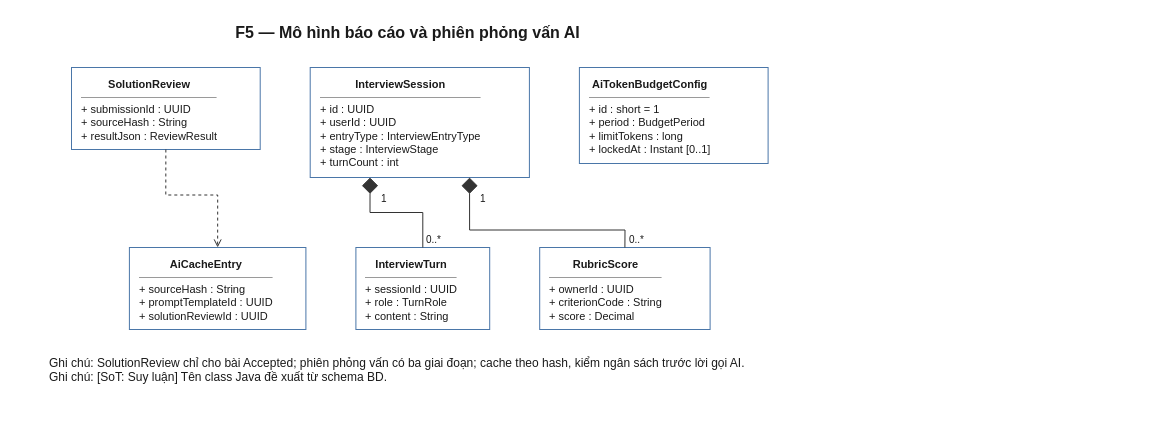
Earlier version of the draw.io diagram 08-diagram/class/shared/class_shared_ai.drawio (daiphu1801/PRJ_ALGOPREP). Source tidied: cells renumbered, new cells numbered last; positions are measured from the earlier drawing's top-left corner, leaving out a move shared by most shapes. Both pictures are drawn from the tidied source at 100%, with x=0, y=0 at pixel (17, 17).
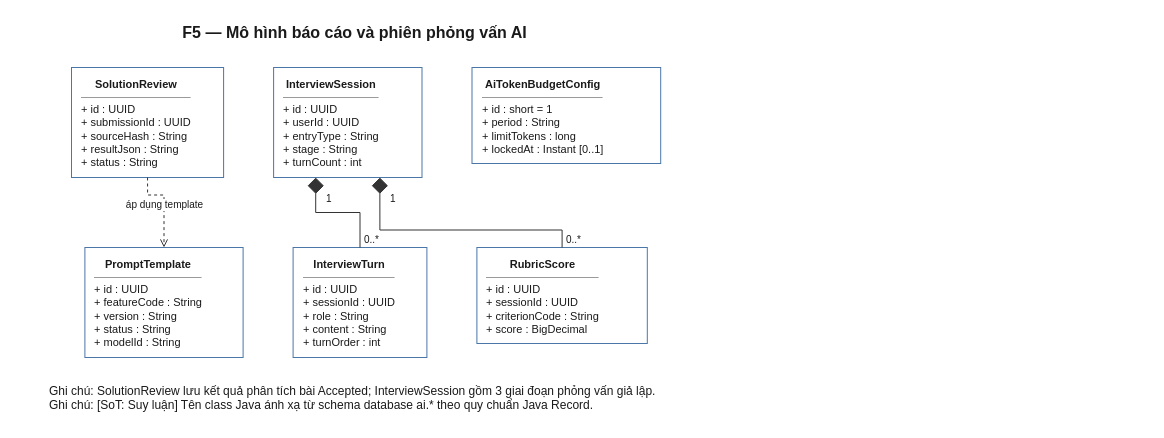
Above is the later version.

What changed in the source:
```diff
@@
-    <mxCell id="2" value="&lt;div style=&quot;text-align:center&quot;&gt;&lt;b&gt;SolutionReview&lt;/b&gt;&lt;/div&gt;&lt;hr size=&quot;1&quot;/&gt;+&amp;nbsp;submissionId&amp;nbsp;:&amp;nbsp;UUID&lt;br&gt;+&amp;nbsp;sourceHash&amp;nbsp;:&amp;nbsp;String&lt;br&gt;+&amp;nbsp;resultJson&amp;nbsp;:&amp;nbsp;ReviewResult" style="algoprep=class;rounded=0;whiteSpace=nowrap;html=1;align=left;verticalAlign=top;spacingLeft=8;spacingTop=4;spacingRight=8;fontSize=11;fontFamily=Helvetica;fillColor=#FFFFFF;strokeColor=#4A76A8;fontColor=#1A1A1A;" parent="1" vertex="1">
-      <mxGeometry x="54" y="50" width="188.7" height="82" as="geometry" />
+    <mxCell id="2" value="&lt;div style=&quot;text-align:center&quot;&gt;&lt;b&gt;SolutionReview&lt;/b&gt;&lt;/div&gt;&lt;hr size=&quot;1&quot;/&gt;+&amp;nbsp;id&amp;nbsp;:&amp;nbsp;UUID&lt;br&gt;+&amp;nbsp;submissionId&amp;nbsp;:&amp;nbsp;UUID&lt;br&gt;+&amp;nbsp;sourceHash&amp;nbsp;:&amp;nbsp;String&lt;br&gt;+&amp;nbsp;resultJson&amp;nbsp;:&amp;nbsp;String&lt;br&gt;+&amp;nbsp;status&amp;nbsp;:&amp;nbsp;String" style="algoprep=class;rounded=0;whiteSpace=nowrap;html=1;align=left;verticalAlign=top;spacingLeft=8;spacingTop=4;spacingRight=8;fontSize=11;fontFamily=Helvetica;fillColor=#FFFFFF;strokeColor=#4A76A8;fontColor=#1A1A1A;" parent="1" vertex="1">
+      <mxGeometry x="54" y="50" width="152.1" height="110" as="geometry" />
     </mxCell>
-    <mxCell id="3" value="&lt;div style=&quot;text-align:center&quot;&gt;&lt;b&gt;InterviewSession&lt;/b&gt;&lt;/div&gt;&lt;hr size=&quot;1&quot;/&gt;+&amp;nbsp;id&amp;nbsp;:&amp;nbsp;UUID&lt;br&gt;+&amp;nbsp;userId&amp;nbsp;:&amp;nbsp;UUID&lt;br&gt;+&amp;nbsp;entryType&amp;nbsp;:&amp;nbsp;InterviewEntryType&lt;br&gt;+&amp;nbsp;stage&amp;nbsp;:&amp;nbsp;InterviewStage&lt;br&gt;+&amp;nbsp;turnCount&amp;nbsp;:&amp;nbsp;int" style="algoprep=class;rounded=0;whiteSpace=nowrap;html=1;align=left;verticalAlign=top;spacingLeft=8;spacingTop=4;spacingRight=8;fontSize=11;fontFamily=Helvetica;fillColor=#FFFFFF;strokeColor=#4A76A8;fontColor=#1A1A1A;" parent="1" vertex="1">
-      <mxGeometry x="292.7" y="50" width="219.2" height="110" as="geometry" />
+    <mxCell id="3" value="&lt;div style=&quot;text-align:center&quot;&gt;&lt;b&gt;InterviewSession&lt;/b&gt;&lt;/div&gt;&lt;hr size=&quot;1&quot;/&gt;+&amp;nbsp;id&amp;nbsp;:&amp;nbsp;UUID&lt;br&gt;+&amp;nbsp;userId&amp;nbsp;:&amp;nbsp;UUID&lt;br&gt;+&amp;nbsp;entryType&amp;nbsp;:&amp;nbsp;String&lt;br&gt;+&amp;nbsp;stage&amp;nbsp;:&amp;nbsp;String&lt;br&gt;+&amp;nbsp;turnCount&amp;nbsp;:&amp;nbsp;int" style="algoprep=class;rounded=0;whiteSpace=nowrap;html=1;align=left;verticalAlign=top;spacingLeft=8;spacingTop=4;spacingRight=8;fontSize=11;fontFamily=Helvetica;fillColor=#FFFFFF;strokeColor=#4A76A8;fontColor=#1A1A1A;" parent="1" vertex="1">
+      <mxGeometry x="256.1" y="50" width="148.4" height="110" as="geometry" />
     </mxCell>
-    <mxCell id="4" value="&lt;div style=&quot;text-align:center&quot;&gt;&lt;b&gt;InterviewTurn&lt;/b&gt;&lt;/div&gt;&lt;hr size=&quot;1&quot;/&gt;+&amp;nbsp;sessionId&amp;nbsp;:&amp;nbsp;UUID&lt;br&gt;+&amp;nbsp;role&amp;nbsp;:&amp;nbsp;TurnRole&lt;br&gt;+&amp;nbsp;content&amp;nbsp;:&amp;nbsp;String" style="algoprep=class;rounded=0;whiteSpace=nowrap;html=1;align=left;verticalAlign=top;spacingLeft=8;spacingTop=4;spacingRight=8;fontSize=11;fontFamily=Helvetica;fillColor=#FFFFFF;strokeColor=#4A76A8;fontColor=#1A1A1A;" parent="1" vertex="1">
-      <mxGeometry x="338.4" y="230" width="133.8" height="82" as="geometry" />
+    <mxCell id="4" value="&lt;div style=&quot;text-align:center&quot;&gt;&lt;b&gt;InterviewTurn&lt;/b&gt;&lt;/div&gt;&lt;hr size=&quot;1&quot;/&gt;+&amp;nbsp;id&amp;nbsp;:&amp;nbsp;UUID&lt;br&gt;+&amp;nbsp;sessionId&amp;nbsp;:&amp;nbsp;UUID&lt;br&gt;+&amp;nbsp;role&amp;nbsp;:&amp;nbsp;String&lt;br&gt;+&amp;nbsp;content&amp;nbsp;:&amp;nbsp;String&lt;br&gt;+&amp;nbsp;turnOrder&amp;nbsp;:&amp;nbsp;int" style="algoprep=class;rounded=0;whiteSpace=nowrap;html=1;align=left;verticalAlign=top;spacingLeft=8;spacingTop=4;spacingRight=8;fontSize=11;fontFamily=Helvetica;fillColor=#FFFFFF;strokeColor=#4A76A8;fontColor=#1A1A1A;" parent="1" vertex="1">
+      <mxGeometry x="275.6" y="230" width="133.8" height="110" as="geometry" />
     </mxCell>
-    <mxCell id="5" value="&lt;div style=&quot;text-align:center&quot;&gt;&lt;b&gt;RubricScore&lt;/b&gt;&lt;/div&gt;&lt;hr size=&quot;1&quot;/&gt;+&amp;nbsp;ownerId&amp;nbsp;:&amp;nbsp;UUID&lt;br&gt;+&amp;nbsp;criterionCode&amp;nbsp;:&amp;nbsp;String&lt;br&gt;+&amp;nbsp;score&amp;nbsp;:&amp;nbsp;Decimal" style="algoprep=class;rounded=0;whiteSpace=nowrap;html=1;align=left;verticalAlign=top;spacingLeft=8;spacingTop=4;spacingRight=8;fontSize=11;fontFamily=Helvetica;fillColor=#FFFFFF;strokeColor=#4A76A8;fontColor=#1A1A1A;" parent="1" vertex="1">
-      <mxGeometry x="522.2" y="230" width="170.4" height="82" as="geometry" />
+    <mxCell id="5" value="&lt;div style=&quot;text-align:center&quot;&gt;&lt;b&gt;RubricScore&lt;/b&gt;&lt;/div&gt;&lt;hr size=&quot;1&quot;/&gt;+&amp;nbsp;id&amp;nbsp;:&amp;nbsp;UUID&lt;br&gt;+&amp;nbsp;sessionId&amp;nbsp;:&amp;nbsp;UUID&lt;br&gt;+&amp;nbsp;criterionCode&amp;nbsp;:&amp;nbsp;String&lt;br&gt;+&amp;nbsp;score&amp;nbsp;:&amp;nbsp;BigDecimal" style="algoprep=class;rounded=0;whiteSpace=nowrap;html=1;align=left;verticalAlign=top;spacingLeft=8;spacingTop=4;spacingRight=8;fontSize=11;fontFamily=Helvetica;fillColor=#FFFFFF;strokeColor=#4A76A8;fontColor=#1A1A1A;" parent="1" vertex="1">
+      <mxGeometry x="459.4" y="230" width="170.4" height="96" as="geometry" />
     </mxCell>
-    <mxCell id="6" value="&lt;div style=&quot;text-align:center&quot;&gt;&lt;b&gt;AiCacheEntry&lt;/b&gt;&lt;/div&gt;&lt;hr size=&quot;1&quot;/&gt;+&amp;nbsp;sourceHash&amp;nbsp;:&amp;nbsp;String&lt;br&gt;+&amp;nbsp;promptTemplateId&amp;nbsp;:&amp;nbsp;UUID&lt;br&gt;+&amp;nbsp;solutionReviewId&amp;nbsp;:&amp;nbsp;UUID" style="algoprep=class;rounded=0;whiteSpace=nowrap;html=1;align=left;verticalAlign=top;spacingLeft=8;spacingTop=4;spacingRight=8;fontSize=11;fontFamily=Helvetica;fillColor=#FFFFFF;strokeColor=#4A76A8;fontColor=#1A1A1A;" parent="1" vertex="1">
-      <mxGeometry x="111.9" y="230" width="176.5" height="82" as="geometry" />
-    </mxCell>
+    <mxCell id="17" value="&lt;div style=&quot;text-align:center&quot;&gt;&lt;b&gt;PromptTemplate&lt;/b&gt;&lt;/div&gt;&lt;hr size=&quot;1&quot;/&gt;+&amp;nbsp;id&amp;nbsp;:&amp;nbsp;UUID&lt;br&gt;+&amp;nbsp;featureCode&amp;nbsp;:&amp;nbsp;String&lt;br&gt;+&amp;nbsp;version&amp;nbsp;:&amp;nbsp;String&lt;br&gt;+&amp;nbsp;status&amp;nbsp;:&amp;nbsp;String&lt;br&gt;+&amp;nbsp;modelId&amp;nbsp;:&amp;nbsp;String" style="algoprep=class;rounded=0;whiteSpace=nowrap;html=1;align=left;verticalAlign=top;spacingLeft=8;spacingTop=4;spacingRight=8;fontSize=11;fontFamily=Helvetica;fillColor=#FFFFFF;strokeColor=#4A76A8;fontColor=#1A1A1A;" parent="1" vertex="1">
+      <mxGeometry x="67.4" y="230" width="158.2" height="110" as="geometry" />
+    </mxCell>
-    <mxCell id="7" value="&lt;div style=&quot;text-align:center&quot;&gt;&lt;b&gt;AiTokenBudgetConfig&lt;/b&gt;&lt;/div&gt;&lt;hr size=&quot;1&quot;/&gt;+&amp;nbsp;id&amp;nbsp;:&amp;nbsp;short&amp;nbsp;=&amp;nbsp;1&lt;br&gt;+&amp;nbsp;period&amp;nbsp;:&amp;nbsp;BudgetPeriod&lt;br&gt;+&amp;nbsp;limitTokens&amp;nbsp;:&amp;nbsp;long&lt;br&gt;+&amp;nbsp;lockedAt&amp;nbsp;:&amp;nbsp;Instant&amp;nbsp;[0..1]" style="algoprep=class;rounded=0;whiteSpace=nowrap;html=1;align=left;verticalAlign=top;spacingLeft=8;spacingTop=4;spacingRight=8;fontSize=11;fontFamily=Helvetica;fillColor=#FFFFFF;strokeColor=#4A76A8;fontColor=#1A1A1A;" parent="1" vertex="1">
-      <mxGeometry x="561.9" y="50" width="188.7" height="96" as="geometry" />
+    <mxCell id="7" value="&lt;div style=&quot;text-align:center&quot;&gt;&lt;b&gt;AiTokenBudgetConfig&lt;/b&gt;&lt;/div&gt;&lt;hr size=&quot;1&quot;/&gt;+&amp;nbsp;id&amp;nbsp;:&amp;nbsp;short&amp;nbsp;=&amp;nbsp;1&lt;br&gt;+&amp;nbsp;period&amp;nbsp;:&amp;nbsp;String&lt;br&gt;+&amp;nbsp;limitTokens&amp;nbsp;:&amp;nbsp;long&lt;br&gt;+&amp;nbsp;lockedAt&amp;nbsp;:&amp;nbsp;Instant&amp;nbsp;[0..1]" style="algoprep=class;rounded=0;whiteSpace=nowrap;html=1;align=left;verticalAlign=top;spacingLeft=8;spacingTop=4;spacingRight=8;fontSize=11;fontFamily=Helvetica;fillColor=#FFFFFF;strokeColor=#4A76A8;fontColor=#1A1A1A;" parent="1" vertex="1">
+      <mxGeometry x="454.5" y="50" width="188.7" height="96" as="geometry" />
     </mxCell>
-    <mxCell id="8" style="html=1;rounded=0;jettySize=auto;fontSize=10;strokeColor=#333333;fontColor=#1A1A1A;labelBackgroundColor=#FFFFFF;exitX=0.273;exitY=1;exitDx=0;exitDy=0;exitPerimeter=0;entryX=0.500;entryY=0;entryDx=0;entryDy=0;entryPerimeter=0;startArrow=diamond;startSize=14;startFill=1;endArrow=none;" parent="1" edge="1" source="3" target="4">
+    <mxCell id="8" style="html=1;rounded=0;jettySize=auto;fontSize=10;strokeColor=#333333;fontColor=#1A1A1A;labelBackgroundColor=#FFFFFF;exitX=0.284;exitY=1;exitDx=0;exitDy=0;exitPerimeter=0;entryX=0.500;entryY=0;entryDx=0;entryDy=0;entryPerimeter=0;startArrow=diamond;startSize=14;startFill=1;endArrow=none;" parent="1" edge="1" source="3" target="4">
       <mxGeometry relative="1" as="geometry">
         <Array as="points">
-          <mxPoint x="352.5" y="195" />
-          <mxPoint x="405.3" y="195" />
+          <mxPoint x="298.2" y="195" />
+          <mxPoint x="342.5" y="195" />
         </Array>
       </mxGeometry>
     </mxCell>
     <mxCell id="9" value="1" style="text;html=1;fontSize=10;fontColor=#1A1A1A;align=left;verticalAlign=middle;spacing=0;" parent="1" vertex="1">
-      <mxGeometry x="363.5" y="174" width="24" height="14" as="geometry" />
+      <mxGeometry x="309.3" y="174" width="24" height="14" as="geometry" />
     </mxCell>
     <mxCell id="10" value="0..*" style="text;html=1;fontSize=10;fontColor=#1A1A1A;align=left;verticalAlign=middle;spacing=0;" parent="1" vertex="1">
-      <mxGeometry x="409.3" y="215" width="24" height="14" as="geometry" />
+      <mxGeometry x="346.5" y="215" width="24" height="14" as="geometry" />
     </mxCell>
-    <mxCell id="11" style="html=1;rounded=0;jettySize=auto;fontSize=10;strokeColor=#333333;fontColor=#1A1A1A;labelBackgroundColor=#FFFFFF;exitX=0.727;exitY=1;exitDx=0;exitDy=0;exitPerimeter=0;entryX=0.500;entryY=0;entryDx=0;entryDy=0;entryPerimeter=0;startArrow=diamond;startSize=14;startFill=1;endArrow=none;" parent="1" edge="1" source="3" target="5">
+    <mxCell id="11" style="html=1;rounded=0;jettySize=auto;fontSize=10;strokeColor=#333333;fontColor=#1A1A1A;labelBackgroundColor=#FFFFFF;exitX=0.716;exitY=1;exitDx=0;exitDy=0;exitPerimeter=0;entryX=0.500;entryY=0;entryDx=0;entryDy=0;entryPerimeter=0;startArrow=diamond;startSize=14;startFill=1;endArrow=none;" parent="1" edge="1" source="3" target="5">
       <mxGeometry relative="1" as="geometry">
         <Array as="points">
-          <mxPoint x="452.1" y="212.5" />
-          <mxPoint x="607.5" y="212.5" />
+          <mxPoint x="362.4" y="212.5" />
+          <mxPoint x="544.6" y="212.5" />
         </Array>
       </mxGeometry>
     </mxCell>
     <mxCell id="12" value="1" style="text;html=1;fontSize=10;fontColor=#1A1A1A;align=left;verticalAlign=middle;spacing=0;" parent="1" vertex="1">
-      <mxGeometry x="463.1" y="174" width="24" height="14" as="geometry" />
+      <mxGeometry x="373.4" y="174" width="24" height="14" as="geometry" />
     </mxCell>
     <mxCell id="13" value="0..*" style="text;html=1;fontSize=10;fontColor=#1A1A1A;align=left;verticalAlign=middle;spacing=0;" parent="1" vertex="1">
-      <mxGeometry x="611.5" y="215" width="24" height="14" as="geometry" />
+      <mxGeometry x="548.6" y="215" width="24" height="14" as="geometry" />
     </mxCell>
-    <mxCell id="14" style="html=1;rounded=0;jettySize=auto;fontSize=10;strokeColor=#333333;fontColor=#1A1A1A;labelBackgroundColor=#FFFFFF;exitX=0.500;exitY=1;exitDx=0;exitDy=0;exitPerimeter=0;entryX=0.500;entryY=0;entryDx=0;entryDy=0;entryPerimeter=0;dashed=1;startArrow=none;endArrow=open;endFill=0;" parent="1" edge="1" source="2" target="6">
+    <mxCell id="14" value="áp dụng template" style="html=1;rounded=0;jettySize=auto;fontSize=10;strokeColor=#333333;fontColor=#1A1A1A;labelBackgroundColor=#FFFFFF;exitX=0.500;exitY=1;exitDx=0;exitDy=0;exitPerimeter=0;entryX=0.500;entryY=0;entryDx=0;entryDy=0;entryPerimeter=0;dashed=1;startArrow=none;endArrow=open;endFill=0;" parent="1" edge="1" source="2" target="17">
       <mxGeometry relative="1" as="geometry">
         <Array as="points">
-          <mxPoint x="148.3" y="177.5" />
-          <mxPoint x="200.2" y="177.5" />
+          <mxPoint x="130.1" y="177.5" />
+          <mxPoint x="146.5" y="177.5" />
         </Array>
       </mxGeometry>
     </mxCell>
     <mxCell id="15" value="F5 — Mô hình báo cáo và phiên phỏng vấn AI" style="text;html=1;fontSize=16;fontStyle=1;align=center;verticalAlign=middle;fontColor=#1A1A1A;" parent="1" vertex="1">
-      <mxGeometry width="780.6" height="30" as="geometry" />
+      <mxGeometry width="673.2" height="30" as="geometry" />
     </mxCell>
-    <mxCell id="16" value="Ghi chú: SolutionReview chỉ cho bài Accepted; phiên phỏng vấn có ba giai đoạn; cache theo hash, kiểm ngân sách trước lời gọi AI.&lt;br&gt;Ghi chú: [SoT: Suy luận] Tên class Java đề xuất từ schema BD." style="text;html=1;align=left;verticalAlign=top;fontSize=12;fontColor=#1A1A1A;" parent="1" vertex="1">
-      <mxGeometry x="30" y="332" width="1100" height="44" as="geometry" />
+    <mxCell id="16" value="Ghi chú: SolutionReview lưu kết quả phân tích bài Accepted; InterviewSession gồm 3 giai đoạn phỏng vấn giả lập.&lt;br&gt;Ghi chú: [SoT: Suy luận] Tên class Java ánh xạ từ schema database ai.* theo quy chuẩn Java Record." style="text;html=1;align=left;verticalAlign=top;fontSize=12;fontColor=#1A1A1A;" parent="1" vertex="1">
+      <mxGeometry x="30" y="360" width="1100" height="44" as="geometry" />
     </mxCell>
```
